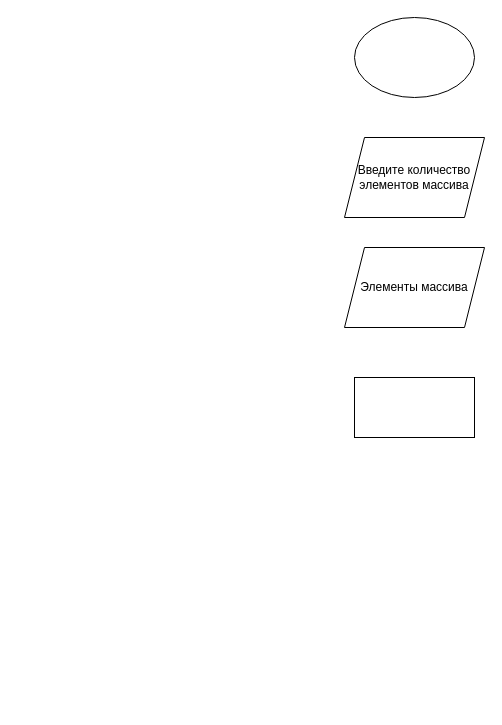
The draw.io diagram Circuit/block.drawio in Aleksey100500/Control, before the edit. Source tidied: cells renumbered, new cells numbered last; positions are measured from the earlier drawing's top-left corner, leaving out a move shared by most shapes. Both pictures are drawn from the tidied source at 100%, with x=0, y=0 at pixel (344, 17).
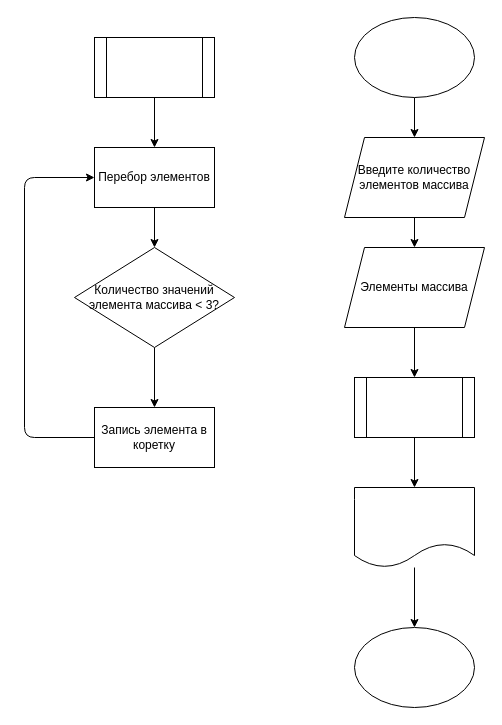
Above is the later version.

Unchanged cells that the change refers to:
```xml
<mxCell id="2" style="ellipse;whiteSpace=wrap;html=1;" parent="1" vertex="1">
  <mxGeometry x="10" width="120" height="80" as="geometry" />
</mxCell>
<mxCell id="3" value="Введите количество элементов массива" style="shape=parallelogram;perimeter=parallelogramPerimeter;whiteSpace=wrap;html=1;fixedSize=1;" parent="1" vertex="1">
  <mxGeometry y="120" width="140" height="80" as="geometry" />
</mxCell>
<mxCell id="4" value="Элементы массива" style="shape=parallelogram;perimeter=parallelogramPerimeter;whiteSpace=wrap;html=1;fixedSize=1;" parent="1" vertex="1">
  <mxGeometry y="230" width="140" height="80" as="geometry" />
</mxCell>
```

What changed in the source:
```diff
@@
+    <mxCell id="6" style="edgeStyle=none;html=1;entryX=0.5;entryY=0;entryDx=0;entryDy=0;" parent="1" edge="1" source="2" target="3">
+      <mxGeometry relative="1" as="geometry" />
+    </mxCell>
@@
+    <mxCell id="7" style="edgeStyle=none;html=1;entryX=0.5;entryY=0;entryDx=0;entryDy=0;" parent="1" edge="1" source="3" target="4">
+      <mxGeometry relative="1" as="geometry" />
+    </mxCell>
@@
+    <mxCell id="8" style="edgeStyle=none;html=1;entryX=0.5;entryY=0;entryDx=0;entryDy=0;" parent="1" edge="1" source="4">
+      <mxGeometry relative="1" as="geometry">
+        <mxPoint x="70" y="360" as="targetPoint" />
+      </mxGeometry>
+    </mxCell>
@@
-    <mxCell id="5" style="rounded=0;whiteSpace=wrap;html=1;" parent="1" vertex="1">
-      <mxGeometry x="10" y="360" width="120" height="60" as="geometry" />
-    </mxCell>
+    <mxCell id="9" style="edgeStyle=none;html=1;" parent="1" edge="1">
+      <mxGeometry relative="1" as="geometry">
+        <mxPoint x="-190" y="80" as="sourcePoint" />
+        <mxPoint x="-190" y="130" as="targetPoint" />
+      </mxGeometry>
+    </mxCell>
+    <mxCell id="10" style="edgeStyle=none;html=1;" parent="1" edge="1" source="11" target="13">
+      <mxGeometry relative="1" as="geometry" />
+    </mxCell>
+    <mxCell id="11" value="Перебор элементов" style="rounded=0;whiteSpace=wrap;html=1;" parent="1" vertex="1">
+      <mxGeometry x="-250" y="130" width="120" height="60" as="geometry" />
+    </mxCell>
+    <mxCell id="12" style="edgeStyle=none;html=1;" parent="1" edge="1" source="13">
+      <mxGeometry relative="1" as="geometry">
+        <mxPoint x="-190" y="390" as="targetPoint" />
+      </mxGeometry>
+    </mxCell>
+    <mxCell id="13" value="Количество значений элемента массива &amp;lt; 3?" style="rhombus;whiteSpace=wrap;html=1;" parent="1" vertex="1">
+      <mxGeometry x="-270" y="230" width="160" height="100" as="geometry" />
+    </mxCell>
+    <mxCell id="14" style="edgeStyle=none;html=1;entryX=0;entryY=0.5;entryDx=0;entryDy=0;" parent="1" edge="1" source="15" target="11">
+      <mxGeometry relative="1" as="geometry">
+        <Array as="points">
+          <mxPoint x="-320" y="420" />
+          <mxPoint x="-320" y="160" />
+        </Array>
+      </mxGeometry>
+    </mxCell>
+    <mxCell id="15" value="Запись элемента в коретку" style="rounded=0;whiteSpace=wrap;html=1;" parent="1" vertex="1">
+      <mxGeometry x="-250" y="390" width="120" height="60" as="geometry" />
+    </mxCell>
+    <mxCell id="16" style="edgeStyle=none;html=1;" parent="1" edge="1" source="17" target="20">
+      <mxGeometry relative="1" as="geometry" />
+    </mxCell>
+    <mxCell id="17" style="shape=process;whiteSpace=wrap;html=1;backgroundOutline=1;" parent="1" vertex="1">
+      <mxGeometry x="10" y="360" width="120" height="60" as="geometry" />
+    </mxCell>
+    <mxCell id="18" style="shape=process;whiteSpace=wrap;html=1;backgroundOutline=1;" parent="1" vertex="1">
+      <mxGeometry x="-250" y="20" width="120" height="60" as="geometry" />
+    </mxCell>
+    <mxCell id="19" style="edgeStyle=none;html=1;" parent="1" edge="1" source="20" target="21">
+      <mxGeometry relative="1" as="geometry" />
+    </mxCell>
+    <mxCell id="20" style="shape=document;whiteSpace=wrap;html=1;boundedLbl=1;" parent="1" vertex="1">
+      <mxGeometry x="10" y="470" width="120" height="80" as="geometry" />
+    </mxCell>
+    <mxCell id="21" style="ellipse;whiteSpace=wrap;html=1;" parent="1" vertex="1">
+      <mxGeometry x="10" y="610" width="120" height="80" as="geometry" />
+    </mxCell>
```
